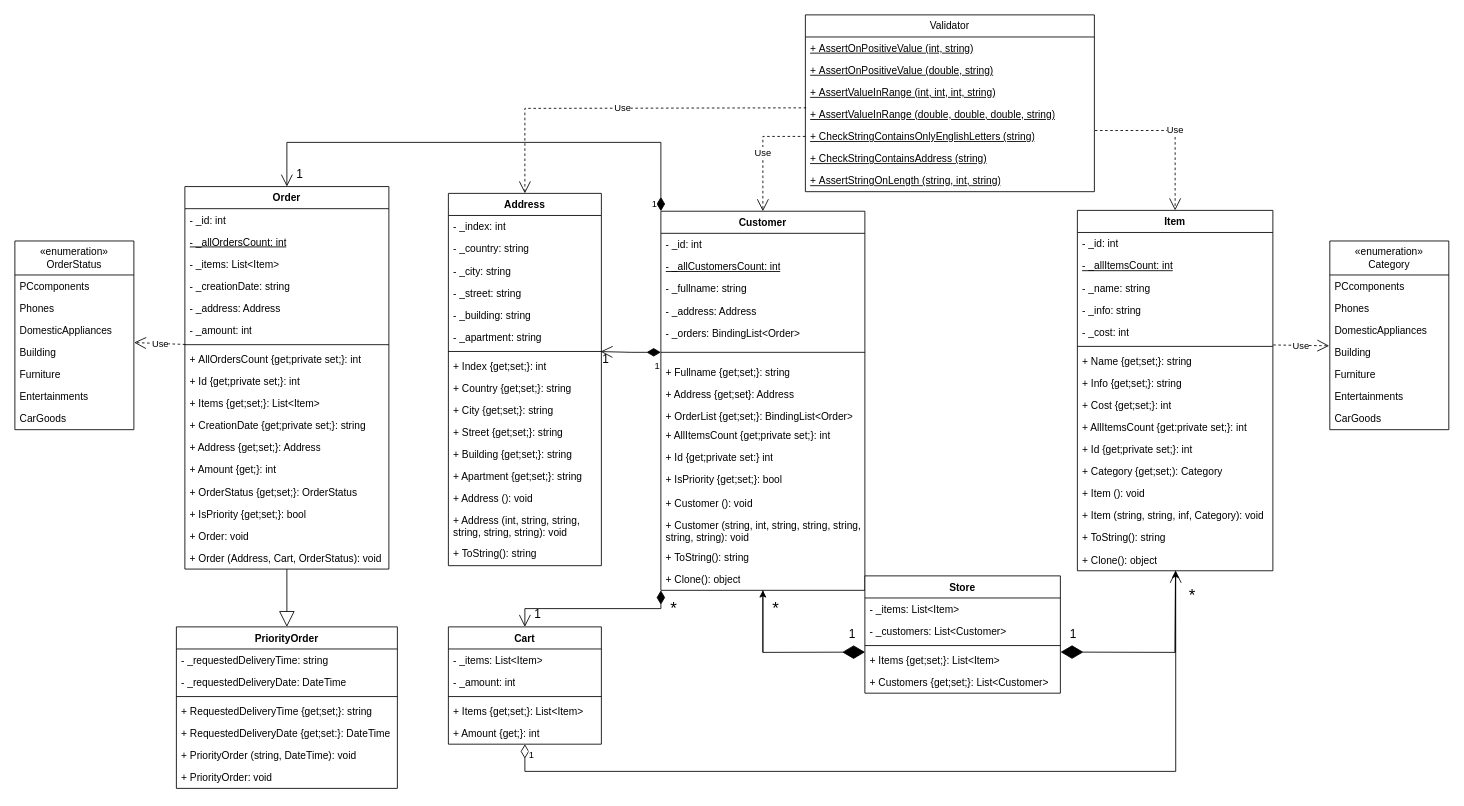
This is doc/ObjectOrientedPractics/Practics4.drawio from EBPEYgg/ObjectOrientedPractics, a draw.io file, before an edit. Source tidied: cells renumbered, new cells numbered last; positions are measured from the earlier drawing's top-left corner, leaving out a move shared by most shapes. Both pictures are drawn from the tidied source at 85%, with x=0, y=0 at pixel (14, 14).
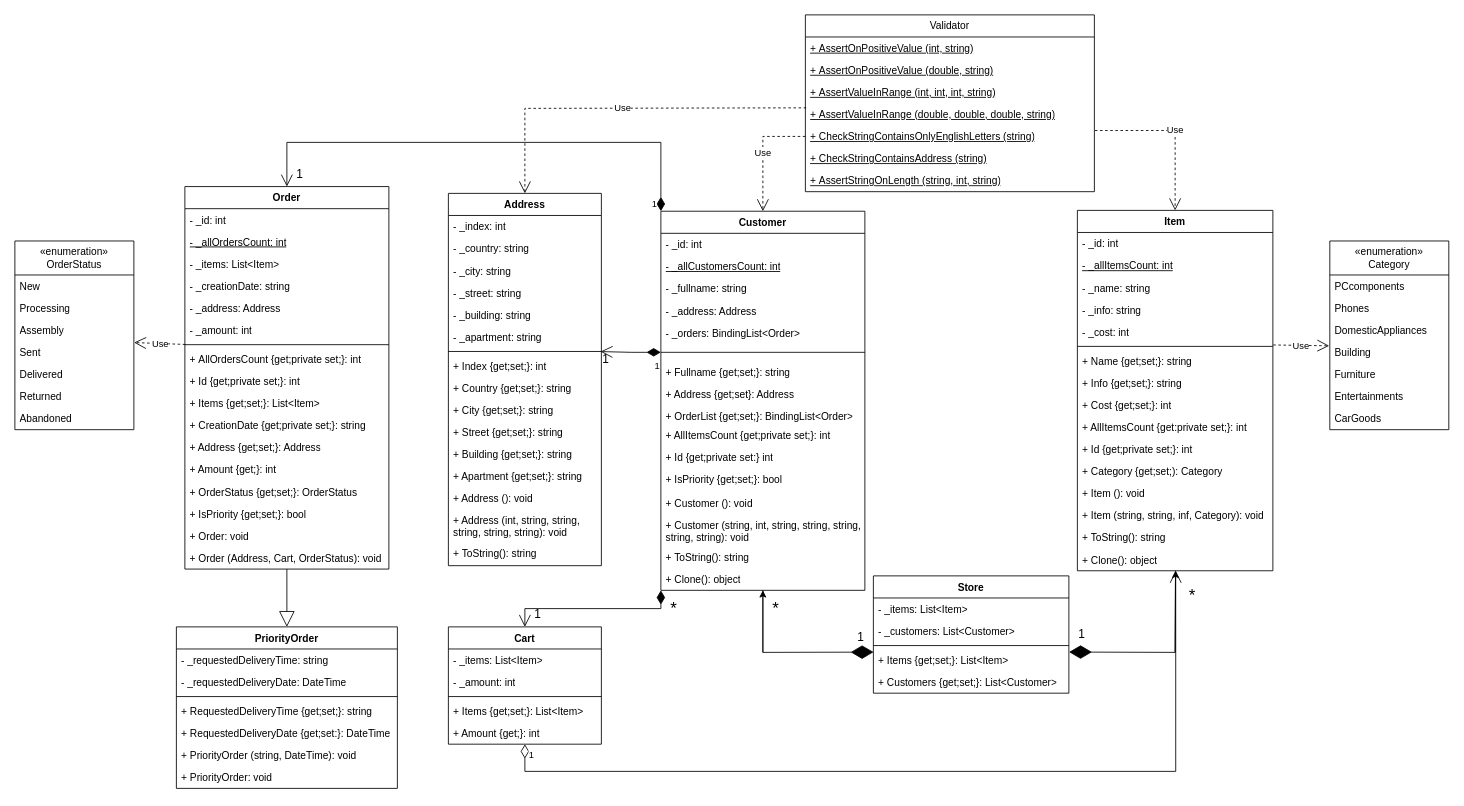
The same diagram, later.

Commit message (it also covers changes not shown here):
📝Update UML Practics4.

Unchanged cells that the change refers to:
```xml
<mxCell id="113" value="«enumeration»&lt;br&gt;OrderStatus" style="swimlane;fontStyle=0;horizontal=1;startSize=40;fillColor=none;whiteSpace=wrap;html=1;" parent="1" vertex="1">
  <mxGeometry y="266" width="140" height="222" as="geometry" />
</mxCell>
```

What changed in the source:
```diff
@@
     <mxCell id="63" value="Store" style="swimlane;fontStyle=1;align=center;verticalAlign=top;horizontal=1;startSize=26;whiteSpace=wrap;html=1;" parent="1" vertex="1">
-      <mxGeometry x="1000" y="660" width="230" height="138" as="geometry" />
+      <mxGeometry x="1010" y="660" width="230" height="138" as="geometry" />
     </mxCell>
@@
     <mxCell id="72" value="&lt;font style=&quot;font-size: 14px;&quot;&gt;1&lt;/font&gt;" style="text;html=1;align=center;verticalAlign=middle;strokeColor=none;fillColor=none;" parent="1" vertex="1">
-      <mxGeometry x="1230" y="714" width="30" height="30" as="geometry" />
+      <mxGeometry x="1240" y="714" width="30" height="30" as="geometry" />
     </mxCell>
@@
     <mxCell id="74" value="&lt;font style=&quot;font-size: 14px;&quot;&gt;1&lt;/font&gt;" style="text;html=1;align=center;verticalAlign=middle;strokeColor=none;fillColor=none;" parent="1" vertex="1">
-      <mxGeometry x="970" y="714" width="30" height="30" as="geometry" />
+      <mxGeometry x="980" y="717" width="30" height="30" as="geometry" />
     </mxCell>
@@
-    <mxCell id="114" value="PCcomponents" style="text;strokeColor=none;fillColor=none;align=left;verticalAlign=top;spacingLeft=4;spacingRight=4;overflow=hidden;whiteSpace=wrap;html=1;" parent="113" vertex="1">
+    <mxCell id="114" value="New" style="text;strokeColor=none;fillColor=none;align=left;verticalAlign=top;spacingLeft=4;spacingRight=4;overflow=hidden;whiteSpace=wrap;html=1;" parent="113" vertex="1">
       <mxGeometry y="40" width="140" height="26" as="geometry" />
     </mxCell>
-    <mxCell id="115" value="Phones" style="text;strokeColor=none;fillColor=none;align=left;verticalAlign=top;spacingLeft=4;spacingRight=4;overflow=hidden;whiteSpace=wrap;html=1;" parent="113" vertex="1">
+    <mxCell id="115" value="Processing" style="text;strokeColor=none;fillColor=none;align=left;verticalAlign=top;spacingLeft=4;spacingRight=4;overflow=hidden;whiteSpace=wrap;html=1;" parent="113" vertex="1">
       <mxGeometry y="66" width="140" height="26" as="geometry" />
     </mxCell>
-    <mxCell id="116" value="DomesticAppliances" style="text;strokeColor=none;fillColor=none;align=left;verticalAlign=top;spacingLeft=4;spacingRight=4;overflow=hidden;whiteSpace=wrap;html=1;" parent="113" vertex="1">
+    <mxCell id="116" value="Assembly" style="text;strokeColor=none;fillColor=none;align=left;verticalAlign=top;spacingLeft=4;spacingRight=4;overflow=hidden;whiteSpace=wrap;html=1;" parent="113" vertex="1">
       <mxGeometry y="92" width="140" height="26" as="geometry" />
     </mxCell>
-    <mxCell id="117" value="Building" style="text;strokeColor=none;fillColor=none;align=left;verticalAlign=top;spacingLeft=4;spacingRight=4;overflow=hidden;points=[[0,0.5],[1,0.5]];portConstraint=eastwest;whiteSpace=wrap;html=1;" parent="113" vertex="1">
+    <mxCell id="117" value="Sent" style="text;strokeColor=none;fillColor=none;align=left;verticalAlign=top;spacingLeft=4;spacingRight=4;overflow=hidden;points=[[0,0.5],[1,0.5]];portConstraint=eastwest;whiteSpace=wrap;html=1;" parent="113" vertex="1">
       <mxGeometry y="118" width="140" height="26" as="geometry" />
     </mxCell>
-    <mxCell id="118" value="Furniture" style="text;strokeColor=none;fillColor=none;align=left;verticalAlign=top;spacingLeft=4;spacingRight=4;overflow=hidden;whiteSpace=wrap;html=1;" parent="113" vertex="1">
+    <mxCell id="118" value="Delivered" style="text;strokeColor=none;fillColor=none;align=left;verticalAlign=top;spacingLeft=4;spacingRight=4;overflow=hidden;whiteSpace=wrap;html=1;" parent="113" vertex="1">
       <mxGeometry y="144" width="140" height="26" as="geometry" />
     </mxCell>
-    <mxCell id="119" value="Entertainments" style="text;strokeColor=none;fillColor=none;align=left;verticalAlign=top;spacingLeft=4;spacingRight=4;overflow=hidden;whiteSpace=wrap;html=1;" parent="113" vertex="1">
+    <mxCell id="119" value="Returned" style="text;strokeColor=none;fillColor=none;align=left;verticalAlign=top;spacingLeft=4;spacingRight=4;overflow=hidden;whiteSpace=wrap;html=1;" parent="113" vertex="1">
       <mxGeometry y="170" width="140" height="26" as="geometry" />
     </mxCell>
-    <mxCell id="120" value="CarGoods" style="text;strokeColor=none;fillColor=none;align=left;verticalAlign=top;spacingLeft=4;spacingRight=4;overflow=hidden;whiteSpace=wrap;html=1;" parent="113" vertex="1">
+    <mxCell id="120" value="Abandoned" style="text;strokeColor=none;fillColor=none;align=left;verticalAlign=top;spacingLeft=4;spacingRight=4;overflow=hidden;whiteSpace=wrap;html=1;" parent="113" vertex="1">
       <mxGeometry y="196" width="140" height="26" as="geometry" />
     </mxCell>
```
